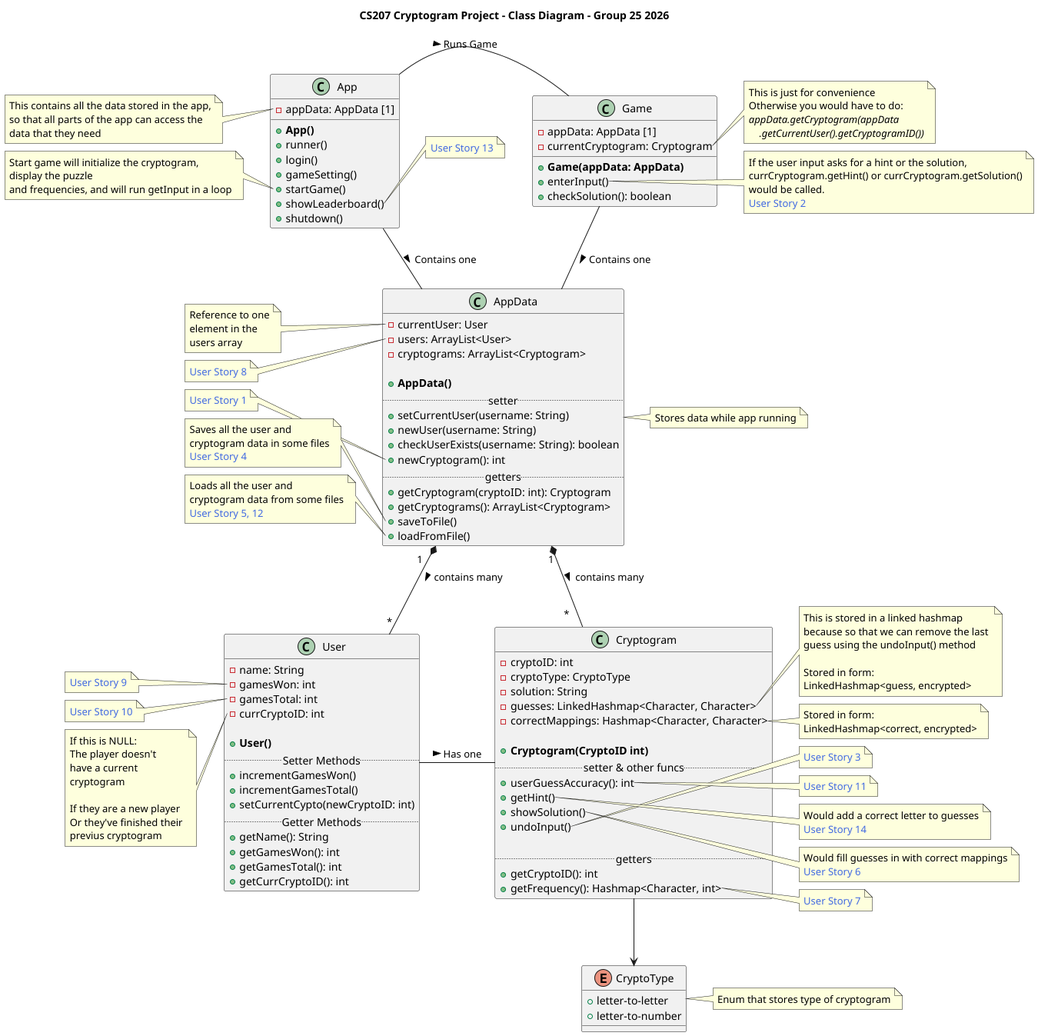
Before: Class-Diagrams/src/main-CS207 Cryptogram Project - Class Diagram - Group 25 2026.png, a diagram exported from PlantUML (finlaysr/CS207-Cryptograms).
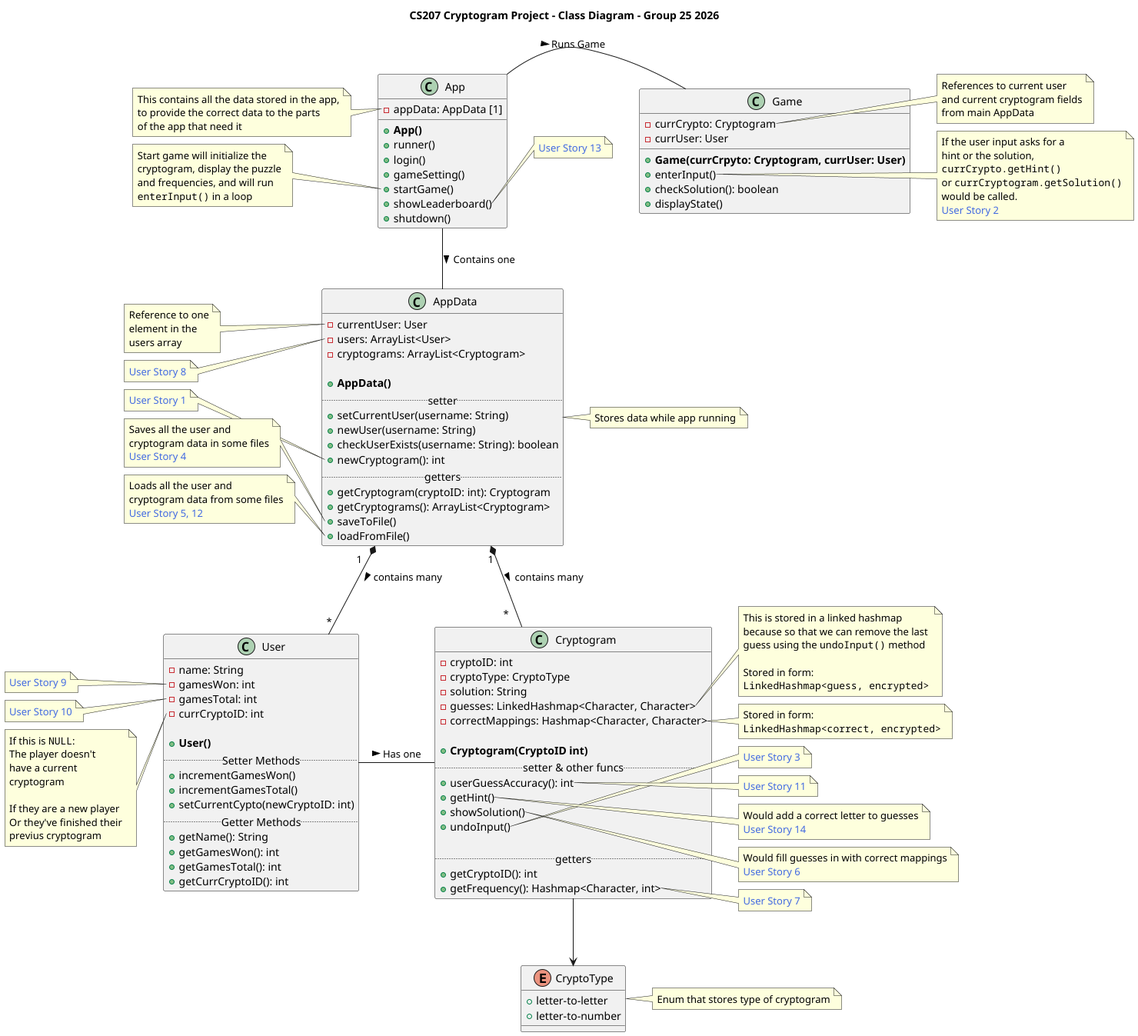
The same file after the commit.

Commit message:
Removed object coupling between App and Game

What changed in the source:
```diff
@@ -20,19 +20,19 @@
 
 note left of App::appData
     This contains all the data stored in the app,
-    so that all parts of the app can access the
-    data that they need
+    to provide the correct data to the parts
+    of the app that need it
 end note
 
 note left of App::startGame
-    Start game will initialize the cryptogram,
-    display the puzzle
-    and frequencies, and will run getInput in a loop
+    Start game will initialize the
+    cryptogram, display the puzzle
+    and frequencies, and will run
+    ""enterInput()"" in a loop
 end note
 
-App - Game: > Runs Game
+App -right- Game: > Runs Game
 App -- AppData: > Contains one
-Game -- AppData: > Contains one
 
 AppData "1" *-- " *    " Cryptogram: > contains many
 AppData "1    " *-- "*" User: > contains many
@@ -43,4 +43,6 @@
     <color:royalBlue>User Story 13</color>
 end note
 
+
+
 @enduml
```
